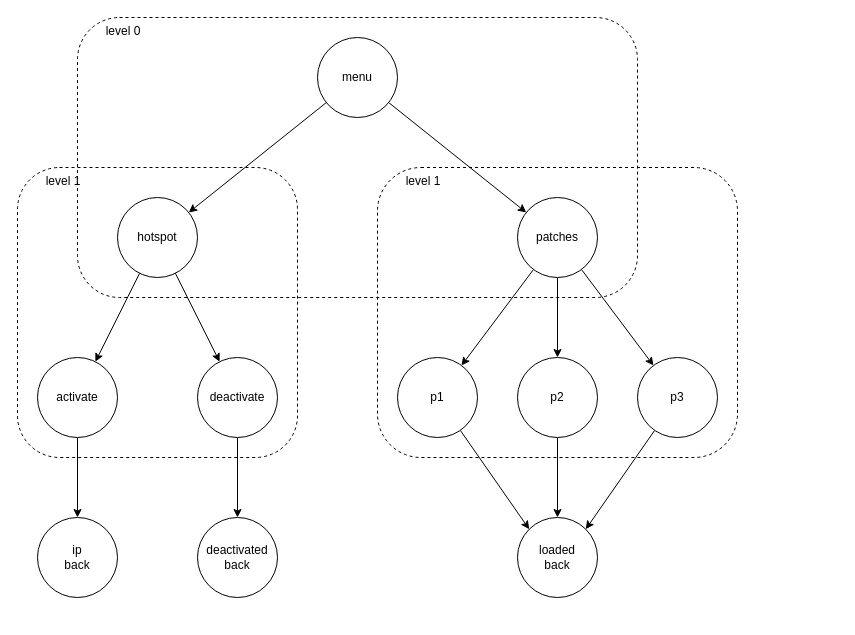
Above: schema.drawio in leminrock/ssd1306 (draw.io), before the change. Source tidied: cells renumbered, new cells numbered last; positions are measured from the earlier drawing's top-left corner, leaving out a move shared by most shapes. Both pictures are drawn from the tidied source at 100%, with x=0, y=0 at pixel (17, 17).
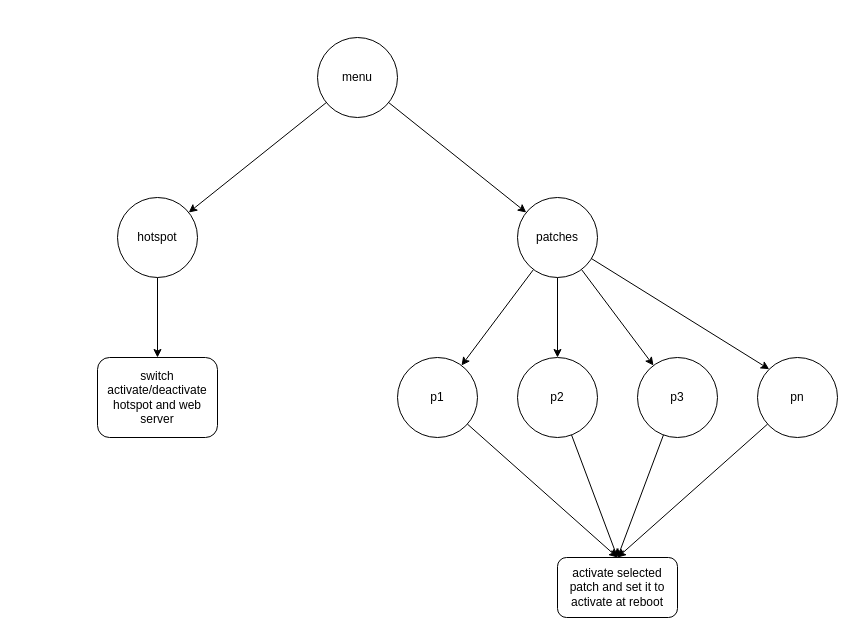
The same diagram, later.

The change refers to these unchanged cells:
```xml
<mxCell id="9" value="hotspot" style="ellipse;whiteSpace=wrap;html=1;" parent="1" vertex="1">
  <mxGeometry x="100" y="180" width="80" height="80" as="geometry" />
</mxCell>
<mxCell id="13" value="patches" style="ellipse;whiteSpace=wrap;html=1;" parent="1" vertex="1">
  <mxGeometry x="500" y="180" width="80" height="80" as="geometry" />
</mxCell>
<mxCell id="19" value="p1" style="ellipse;whiteSpace=wrap;html=1;" parent="1" vertex="1">
  <mxGeometry x="380" y="340" width="80" height="80" as="geometry" />
</mxCell>
<mxCell id="21" value="p3" style="ellipse;whiteSpace=wrap;html=1;" parent="1" vertex="1">
  <mxGeometry x="620" y="340" width="80" height="80" as="geometry" />
</mxCell>
<mxCell id="23" value="p2" style="ellipse;whiteSpace=wrap;html=1;" parent="1" vertex="1">
  <mxGeometry x="500" y="340" width="80" height="80" as="geometry" />
</mxCell>
```

What changed in the source:
```diff
@@
-    <mxCell id="2" value="&lt;span style=&quot;white-space: pre&quot;&gt;&#9;&lt;/span&gt;level 1" style="rounded=1;whiteSpace=wrap;html=1;fillColor=none;dashed=1;verticalAlign=top;align=left;" parent="1" vertex="1">
-      <mxGeometry x="360" y="150" width="360" height="290" as="geometry" />
-    </mxCell>
-    <mxCell id="3" value="&lt;span style=&quot;white-space: pre&quot;&gt;&#9;&lt;/span&gt;level 1" style="rounded=1;whiteSpace=wrap;html=1;fillColor=none;dashed=1;verticalAlign=top;align=left;" parent="1" vertex="1">
-      <mxGeometry y="150" width="280" height="290" as="geometry" />
-    </mxCell>
@@
-    <mxCell id="7" style="edgeStyle=none;rounded=0;jettySize=auto;html=1;" parent="1" edge="1" source="9" target="15">
-      <mxGeometry relative="1" as="geometry" />
-    </mxCell>
-    <mxCell id="8" style="edgeStyle=none;rounded=0;jettySize=auto;html=1;" parent="1" edge="1" source="9" target="17">
-      <mxGeometry relative="1" as="geometry" />
-    </mxCell>
+    <mxCell id="28" style="edgeStyle=none;rounded=0;jettySize=auto;html=1;" parent="1" edge="1" source="9" target="34">
+      <mxGeometry relative="1" as="geometry" />
+    </mxCell>
@@
+    <mxCell id="29" style="edgeStyle=none;rounded=0;jettySize=auto;html=1;entryX=0;entryY=0;entryDx=0;entryDy=0;" parent="1" edge="1" source="13" target="36">
+      <mxGeometry relative="1" as="geometry" />
+    </mxCell>
@@
-    <mxCell id="14" style="edgeStyle=none;rounded=0;jettySize=auto;html=1;" parent="1" edge="1" source="15" target="25">
-      <mxGeometry relative="1" as="geometry" />
-    </mxCell>
-    <mxCell id="15" value="activate" style="ellipse;whiteSpace=wrap;html=1;" parent="1" vertex="1">
-      <mxGeometry x="20" y="340" width="80" height="80" as="geometry" />
-    </mxCell>
-    <mxCell id="16" style="edgeStyle=none;rounded=0;jettySize=auto;html=1;" parent="1" edge="1" source="17" target="26">
-      <mxGeometry relative="1" as="geometry" />
-    </mxCell>
-    <mxCell id="17" value="deactivate" style="ellipse;whiteSpace=wrap;html=1;" parent="1" vertex="1">
-      <mxGeometry x="180" y="340" width="80" height="80" as="geometry" />
-    </mxCell>
-    <mxCell id="18" style="edgeStyle=none;rounded=0;jettySize=auto;html=1;entryX=0;entryY=0;entryDx=0;entryDy=0;" parent="1" edge="1" source="19" target="27">
-      <mxGeometry relative="1" as="geometry" />
-    </mxCell>
+    <mxCell id="30" style="edgeStyle=none;rounded=0;jettySize=auto;html=1;entryX=0.5;entryY=0;entryDx=0;entryDy=0;" parent="1" edge="1" source="19" target="33">
+      <mxGeometry relative="1" as="geometry" />
+    </mxCell>
@@
-    <mxCell id="20" style="edgeStyle=none;rounded=0;jettySize=auto;html=1;entryX=1;entryY=0;entryDx=0;entryDy=0;" parent="1" edge="1" source="21" target="27">
-      <mxGeometry relative="1" as="geometry" />
-    </mxCell>
+    <mxCell id="31" style="edgeStyle=none;rounded=0;jettySize=auto;html=1;entryX=0.5;entryY=0;entryDx=0;entryDy=0;" parent="1" edge="1" source="21" target="33">
+      <mxGeometry relative="1" as="geometry" />
+    </mxCell>
@@
-    <mxCell id="22" style="edgeStyle=none;rounded=0;jettySize=auto;html=1;" parent="1" edge="1" source="23" target="27">
-      <mxGeometry relative="1" as="geometry" />
-    </mxCell>
+    <mxCell id="32" style="edgeStyle=none;rounded=0;jettySize=auto;html=1;entryX=0.5;entryY=0;entryDx=0;entryDy=0;" parent="1" edge="1" source="23" target="33">
+      <mxGeometry relative="1" as="geometry" />
+    </mxCell>
@@
-    <mxCell id="24" value="&lt;span style=&quot;white-space: pre&quot;&gt;&#9;&lt;/span&gt;level 0" style="rounded=1;whiteSpace=wrap;html=1;fillColor=none;dashed=1;align=left;verticalAlign=top;" parent="1" vertex="1">
-      <mxGeometry x="60" width="560" height="280" as="geometry" />
-    </mxCell>
-    <mxCell id="25" value="ip&lt;br&gt;back" style="ellipse;whiteSpace=wrap;html=1;" parent="1" vertex="1">
-      <mxGeometry x="20" y="500" width="80" height="80" as="geometry" />
-    </mxCell>
-    <mxCell id="26" value="deactivated&lt;br&gt;back" style="ellipse;whiteSpace=wrap;html=1;" parent="1" vertex="1">
-      <mxGeometry x="180" y="500" width="80" height="80" as="geometry" />
-    </mxCell>
-    <mxCell id="27" value="loaded&lt;br&gt;back" style="ellipse;whiteSpace=wrap;html=1;" parent="1" vertex="1">
-      <mxGeometry x="500" y="500" width="80" height="80" as="geometry" />
-    </mxCell>
+    <mxCell id="33" value="activate selected patch and set it to activate at reboot" style="rounded=1;whiteSpace=wrap;html=1;" parent="1" vertex="1">
+      <mxGeometry x="540" y="540" width="120" height="60" as="geometry" />
+    </mxCell>
+    <mxCell id="34" value="switch activate/deactivate hotspot and web server" style="rounded=1;whiteSpace=wrap;html=1;" parent="1" vertex="1">
+      <mxGeometry x="80" y="340" width="120" height="80" as="geometry" />
+    </mxCell>
+    <mxCell id="35" style="edgeStyle=none;rounded=0;jettySize=auto;html=1;entryX=0.5;entryY=0;entryDx=0;entryDy=0;" parent="1" edge="1" source="36" target="33">
+      <mxGeometry relative="1" as="geometry" />
+    </mxCell>
+    <mxCell id="36" value="pn" style="ellipse;whiteSpace=wrap;html=1;" parent="1" vertex="1">
+      <mxGeometry x="740" y="340" width="80" height="80" as="geometry" />
+    </mxCell>
```
